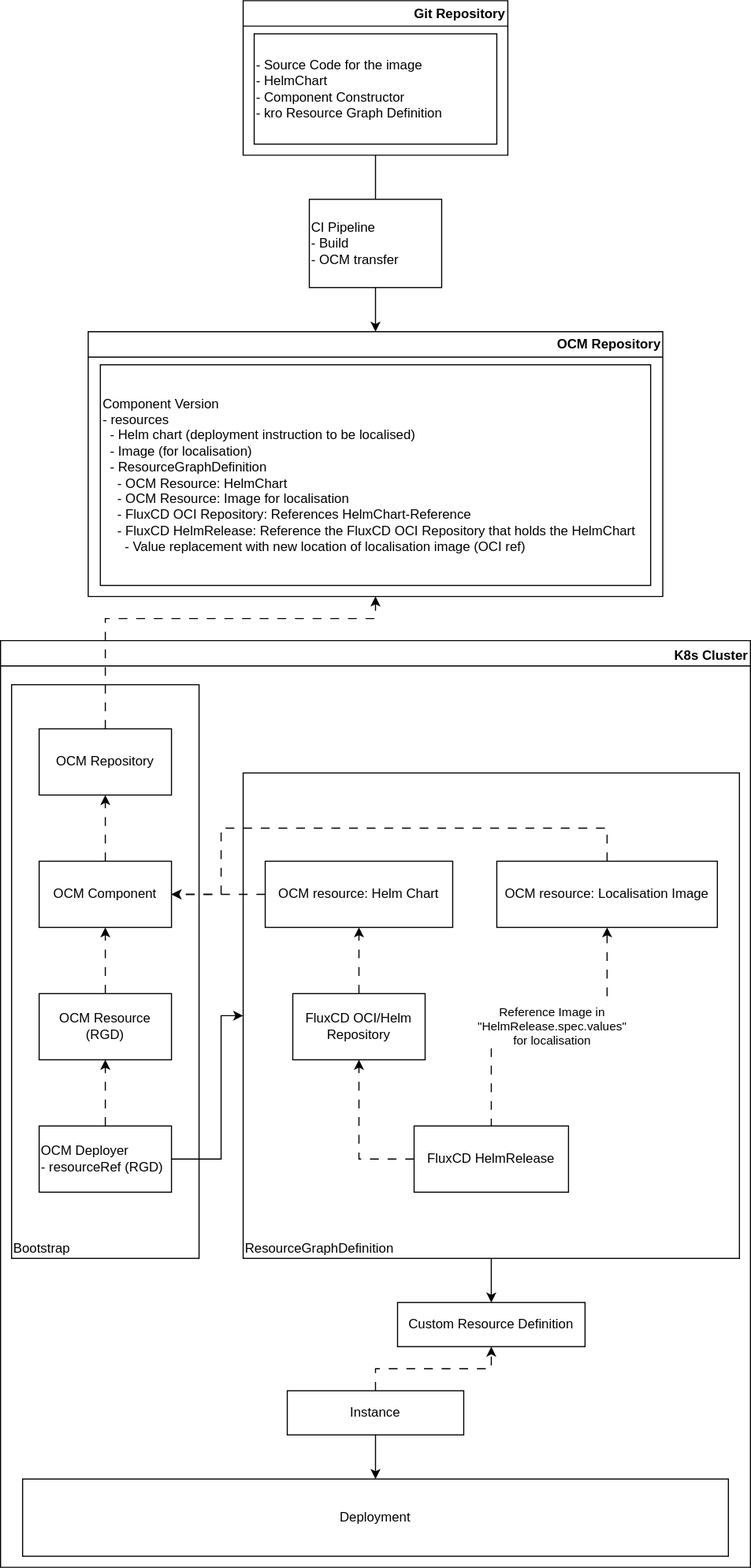
open-component-model/ocm-k8s-toolkit keeps this draw.io diagram as docs/assets/ocm-controller-deployer-bootstrap.svg. Above is the earlier version. Source tidied: cells renumbered, new cells last; positions are measured from the earlier drawing's top-left corner, leaving out a move shared by most shapes.
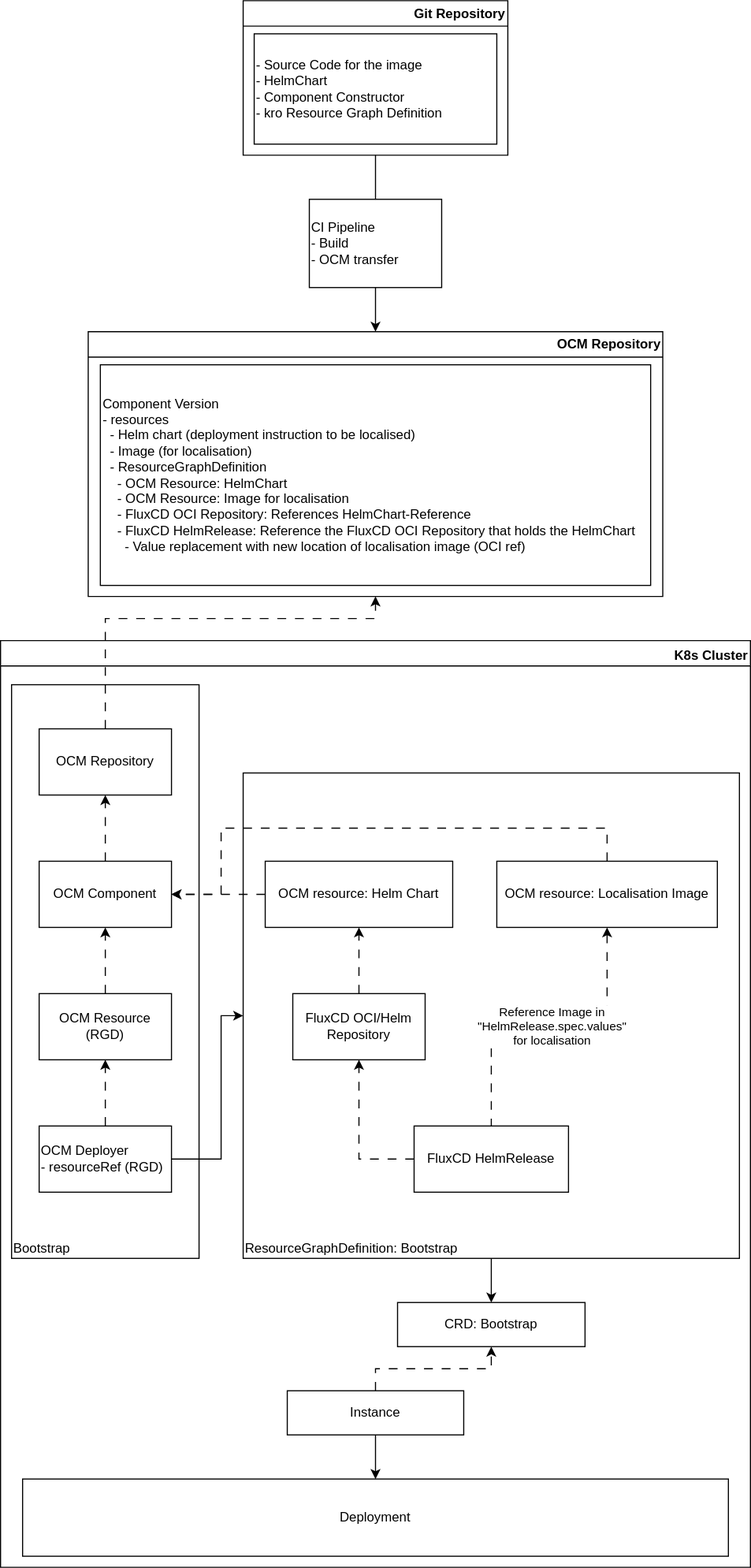
Above is the later version.

Diff of the diagram source:
```diff
@@ -62,7 +62,7 @@
     <mxCell id="17" style="edgeStyle=orthogonalEdgeStyle;rounded=0;jettySize=auto;html=1;" parent="9" edge="1" source="18" target="30">
       <mxGeometry relative="1" as="geometry" />
     </mxCell>
-    <mxCell id="18" value="ResourceGraphDefinition" style="rounded=0;whiteSpace=wrap;html=1;align=left;verticalAlign=bottom;" parent="9" vertex="1">
+    <mxCell id="18" value="ResourceGraphDefinition: Bootstrap" style="rounded=0;whiteSpace=wrap;html=1;align=left;verticalAlign=bottom;" parent="9" vertex="1">
       <mxGeometry x="220" y="120" width="450" height="440" as="geometry" />
     </mxCell>
     <mxCell id="19" value="Reference Image in&lt;div&gt;&quot;HelmRelease.spec.values&quot;&lt;div&gt;for localisation&lt;/div&gt;&lt;/div&gt;" style="edgeStyle=orthogonalEdgeStyle;rounded=0;jettySize=auto;html=1;entryX=0.5;entryY=0;entryDx=0;entryDy=0;dashed=1;dashPattern=8 8;endArrow=none;startFill=1;startArrow=classic;" parent="9" edge="1" source="21" target="25">
@@ -104,7 +104,7 @@
     <mxCell id="29" style="edgeStyle=orthogonalEdgeStyle;rounded=0;jettySize=auto;html=1;entryX=1;entryY=0.5;entryDx=0;entryDy=0;dashed=1;dashPattern=8 8;" parent="9" edge="1" source="28" target="13">
       <mxGeometry relative="1" as="geometry" />
     </mxCell>
-    <mxCell id="30" value="Custom Resource Definition" style="rounded=0;whiteSpace=wrap;html=1;" parent="9" vertex="1">
+    <mxCell id="30" value="CRD: Bootstrap" style="rounded=0;whiteSpace=wrap;html=1;" parent="9" vertex="1">
       <mxGeometry x="360" y="600" width="170" height="40" as="geometry" />
     </mxCell>
     <mxCell id="31" value="Deployment" style="rounded=0;whiteSpace=wrap;html=1;" parent="9" vertex="1">
```
